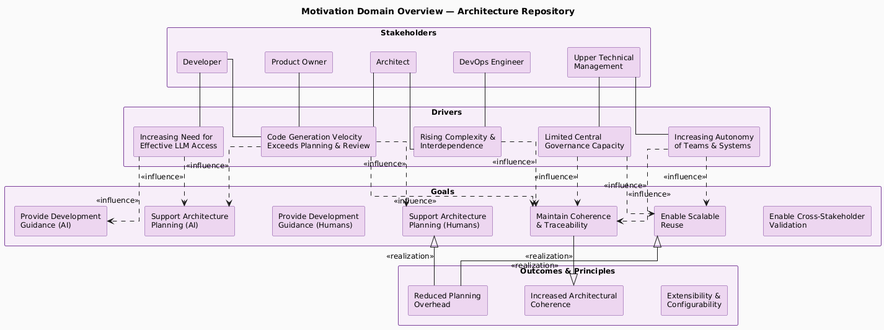
This is engagements/ENG-ARCH-REPO/architecture-repository/diagram-catalog/rendered/motivation-overview.png from mbauer83/assisted-architecture-management, a PlantUML export, as it was before one commit.
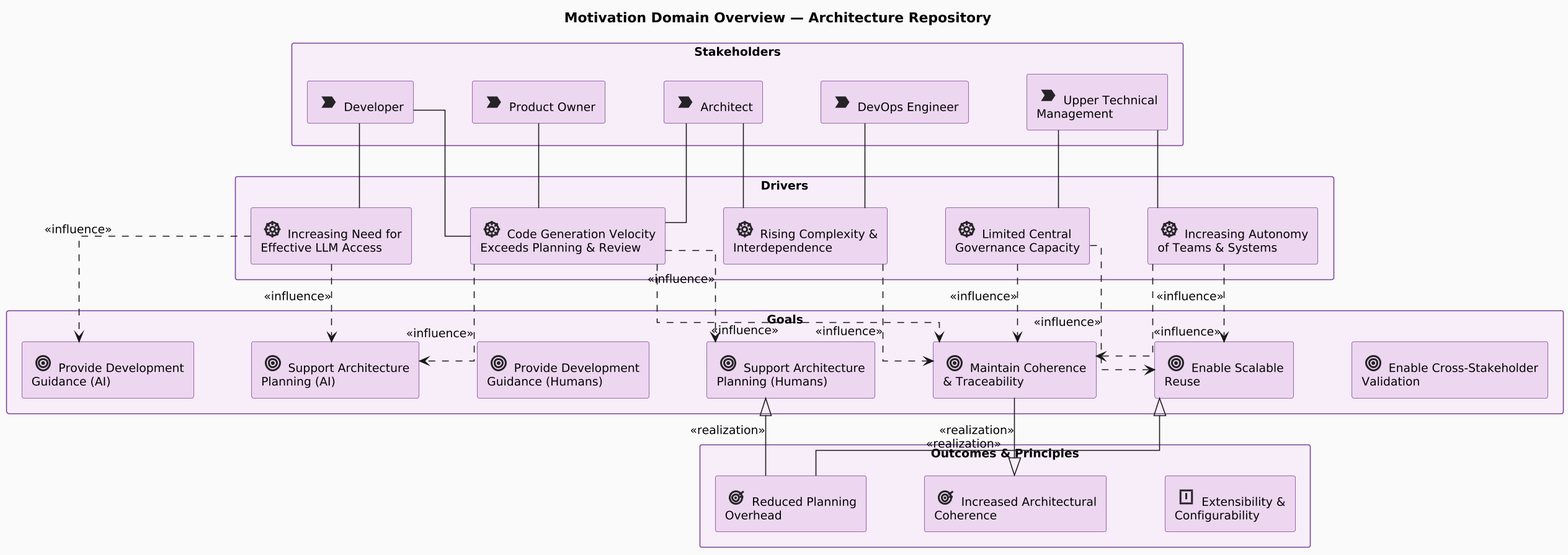
The same file after the commit.

The edit, as a diff of the source:
```diff
@@ -1,40 +1,42 @@
-@startuml motivation-overview
+@startuml
+skinparamlocked dpi 150
 !include ../_archimate-stereotypes.puml
+!include ../_archimate-glyphs.puml
 
 top to bottom direction
 
 title Motivation Domain Overview — Architecture Repository
 
 rectangle "Stakeholders" <<MotivationGrouping>> {
-  rectangle "Architect" <<Stakeholder>> as STK_aB3dE1
-  rectangle "Product Owner" <<Stakeholder>> as STK_Zp8Lm4
-  rectangle "Developer" <<Stakeholder>> as STK_K9xTq2
-  rectangle "DevOps Engineer" <<Stakeholder>> as STK_4oprPM
-  rectangle "Upper Technical\nManagement" <<Stakeholder>> as STK_Rr9Ss9
+  rectangle "<$archimate_Stakeholder{scale=1.5}> Architect" <<Stakeholder>> as STK_aB3dE1
+  rectangle "<$archimate_Stakeholder{scale=1.5}> Product Owner" <<Stakeholder>> as STK_Zp8Lm4
+  rectangle "<$archimate_Stakeholder{scale=1.5}> Developer" <<Stakeholder>> as STK_K9xTq2
+  rectangle "<$archimate_Stakeholder{scale=1.5}> DevOps Engineer" <<Stakeholder>> as STK_4oprPM
+  rectangle "<$archimate_Stakeholder{scale=1.5}> Upper Technical\nManagement" <<Stakeholder>> as STK_Rr9Ss9
 }
 
 rectangle "Drivers" <<MotivationGrouping>> {
-  rectangle "Code Generation Velocity\nExceeds Planning & Review" <<Driver>> as DRV_Qw7Er1
-  rectangle "Rising Complexity &\nInterdependence" <<Driver>> as DRV_Ui5Op3
-  rectangle "Increasing Autonomy\nof Teams & Systems" <<Driver>> as DRV_Rt6Yu2
-  rectangle "Limited Central\nGovernance Capacity" <<Driver>> as DRV_As4Df4
-  rectangle "Increasing Need for\nEffective LLM Access" <<Driver>> as DRV_ui6GDN
+  rectangle "<$archimate_Driver{scale=1.5}> Code Generation Velocity\nExceeds Planning & Review" <<Driver>> as DRV_Qw7Er1
+  rectangle "<$archimate_Driver{scale=1.5}> Rising Complexity &\nInterdependence" <<Driver>> as DRV_Ui5Op3
+  rectangle "<$archimate_Driver{scale=1.5}> Increasing Autonomy\nof Teams & Systems" <<Driver>> as DRV_Rt6Yu2
+  rectangle "<$archimate_Driver{scale=1.5}> Limited Central\nGovernance Capacity" <<Driver>> as DRV_As4Df4
+  rectangle "<$archimate_Driver{scale=1.5}> Increasing Need for\nEffective LLM Access" <<Driver>> as DRV_ui6GDN
 }
 
 rectangle "Goals" <<MotivationGrouping>> {
-  rectangle "Support Architecture\nPlanning (Humans)" <<Goal>> as GOL_5Fk9di
-  rectangle "Maintain Coherence\n& Traceability" <<Goal>> as GOL_Po1Qw3
-  rectangle "Enable Scalable\nReuse" <<Goal>> as GOL_Zx9Cv4
-  rectangle "Enable Cross-Stakeholder\nValidation" <<Goal>> as GOL_Lm2Bn2
-  rectangle "Support Architecture\nPlanning (AI)" <<Goal>> as GOL_Iwha3
-  rectangle "Provide Development\nGuidance (Humans)" <<Goal>> as GOL_Gh3Jk1
-  rectangle "Provide Development\nGuidance (AI)" <<Goal>> as GOL_e3nCpO
+  rectangle "<$archimate_Goal{scale=1.5}> Support Architecture\nPlanning (Humans)" <<Goal>> as GOL_5Fk9di
+  rectangle "<$archimate_Goal{scale=1.5}> Maintain Coherence\n& Traceability" <<Goal>> as GOL_Po1Qw3
+  rectangle "<$archimate_Goal{scale=1.5}> Enable Scalable\nReuse" <<Goal>> as GOL_Zx9Cv4
+  rectangle "<$archimate_Goal{scale=1.5}> Enable Cross-Stakeholder\nValidation" <<Goal>> as GOL_Lm2Bn2
+  rectangle "<$archimate_Goal{scale=1.5}> Support Architecture\nPlanning (AI)" <<Goal>> as GOL_Iwha3
+  rectangle "<$archimate_Goal{scale=1.5}> Provide Development\nGuidance (Humans)" <<Goal>> as GOL_Gh3Jk1
+  rectangle "<$archimate_Goal{scale=1.5}> Provide Development\nGuidance (AI)" <<Goal>> as GOL_e3nCpO
 }
 
 rectangle "Outcomes & Principles" <<MotivationGrouping>> {
-  rectangle "Increased Architectural\nCoherence" <<Outcome>> as OUT_LrpdG0
-  rectangle "Reduced Planning\nOverhead" <<Outcome>> as OUT_AlZjX8
-  rectangle "Extensibility &\nConfigurability" <<Principle>> as PRI_uraDPR
+  rectangle "<$archimate_Outcome{scale=1.5}> Increased Architectural\nCoherence" <<Outcome>> as OUT_LrpdG0
+  rectangle "<$archimate_Outcome{scale=1.5}> Reduced Planning\nOverhead" <<Outcome>> as OUT_AlZjX8
+  rectangle "<$archimate_Principle{scale=1.5}> Extensibility &\nConfigurability" <<Principle>> as PRI_uraDPR
 }
 
 STK_aB3dE1 -[hidden]right- STK_Zp8Lm4
@@ -53,10 +55,6 @@
 GOL_Gh3Jk1 -[hidden]right- GOL_e3nCpO
 OUT_LrpdG0 -[hidden]right- OUT_AlZjX8
 OUT_AlZjX8 -[hidden]right- PRI_uraDPR
-
-
-
-
 
 
 STK_aB3dE1 -down- DRV_Qw7Er1
```
